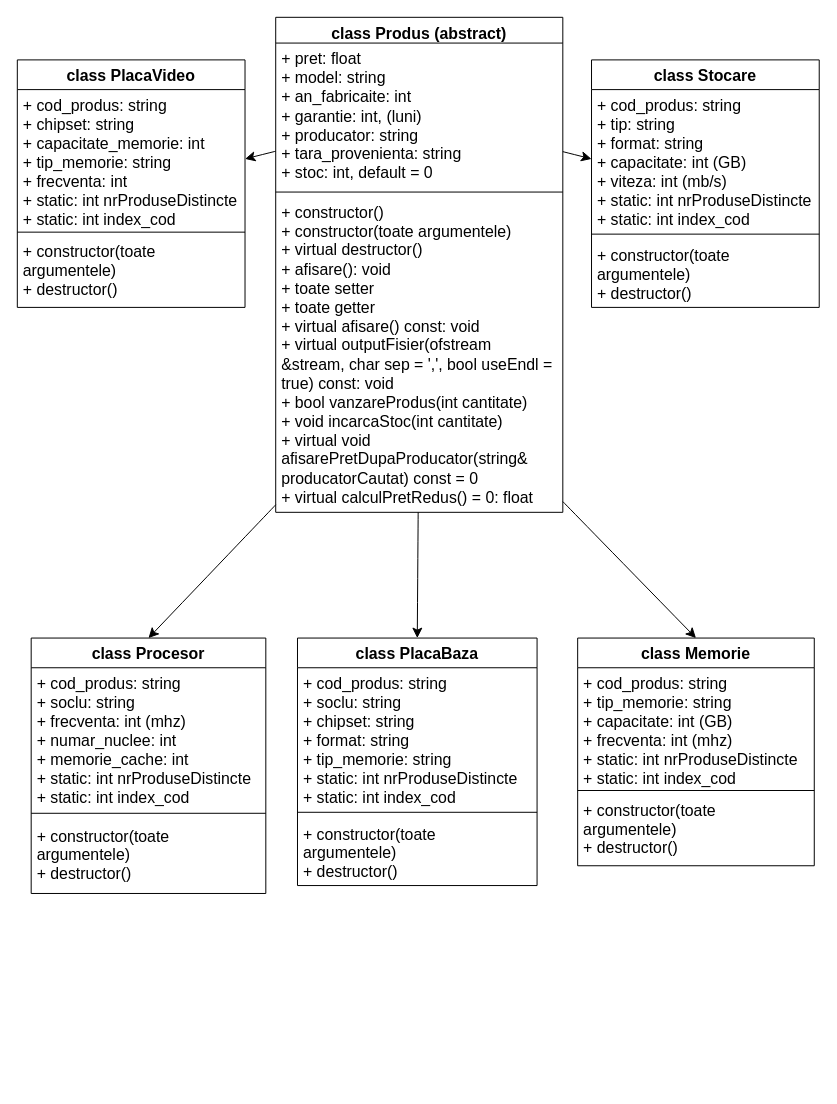
Above: diagrame/clase.drawio in and-eu/Proiect_POO (draw.io), before the change. Source tidied: cells renumbered, new cells numbered last; positions are measured from the earlier drawing's top-left corner, leaving out a move shared by most shapes. Both pictures are drawn from the tidied source at 99%, with x=0, y=0 at pixel (17, 17).
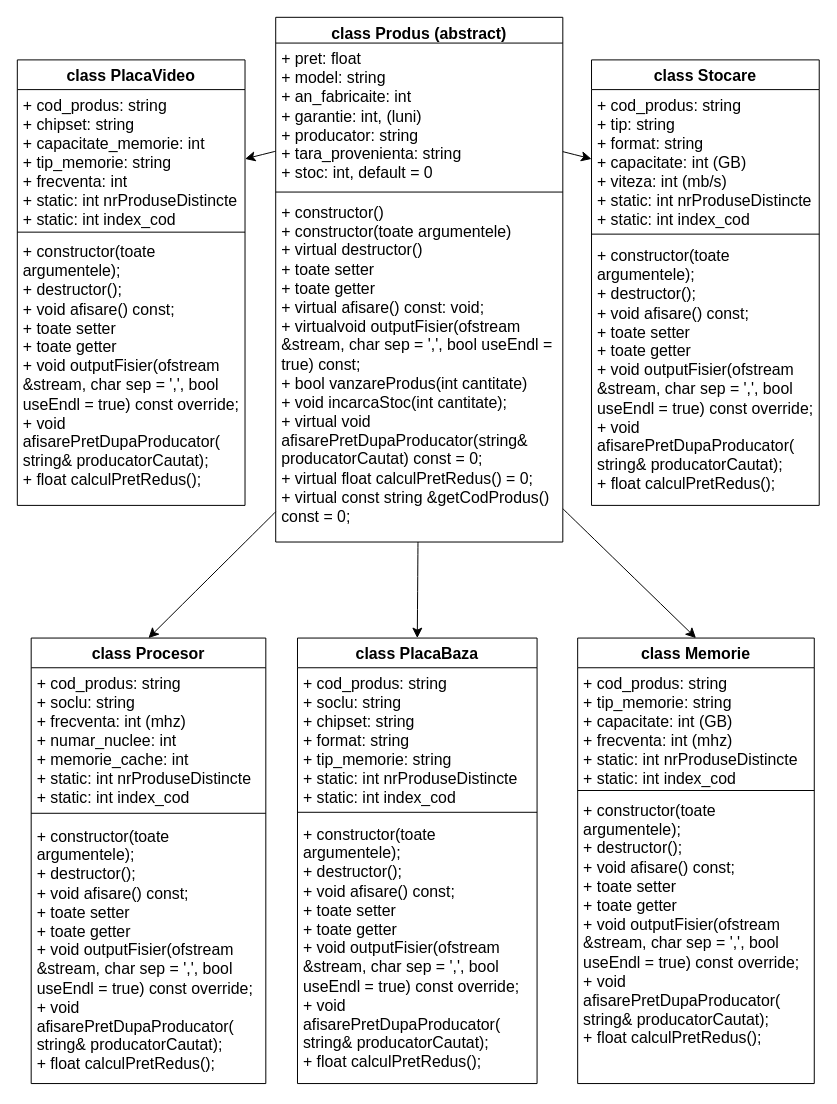
Above is the later version.

The edit, as a diff of the source:
```diff
@@
     <mxCell id="2" value="class Produs (abstract)" style="swimlane;fontStyle=1;align=center;verticalAlign=top;horizontal=1;startSize=26;whiteSpace=wrap;html=1;fontSize=16;" parent="1" vertex="1">
-      <mxGeometry x="261" width="290" height="500" as="geometry" />
+      <mxGeometry x="261" width="290" height="530" as="geometry" />
     </mxCell>
@@
-    <mxCell id="5" value="+ constructor()&lt;br&gt;+ constructor(toate argumentele)&lt;br&gt;+ virtual destructor()&lt;br&gt;+ afisare(): void&lt;br&gt;+ toate setter&lt;br&gt;+ toate getter&lt;br&gt;+&amp;nbsp;virtual afisare() const: void&amp;nbsp;&lt;br&gt;+&amp;nbsp;virtual outputFisier(ofstream &amp;amp;stream, char sep = ',', bool useEndl = true) const: void&amp;nbsp;&lt;br&gt;+ bool vanzareProdus(int cantitate)&lt;br&gt;+ void incarcaStoc(int cantitate)&lt;br&gt;+ virtual void afisarePretDupaProducator(string&amp;amp; producatorCautat) const = 0&lt;br&gt;+&amp;nbsp;virtual calculPretRedus() = 0: float&amp;nbsp;" style="text;strokeColor=none;fillColor=none;align=left;verticalAlign=top;spacingLeft=4;spacingRight=4;overflow=hidden;points=[[0,0.5],[1,0.5]];portConstraint=eastwest;whiteSpace=wrap;html=1;fontSize=16;" parent="2" vertex="1">
-      <mxGeometry y="181" width="290" height="319" as="geometry" />
+    <mxCell id="5" value="+ constructor()&lt;br&gt;+ constructor(toate argumentele)&lt;br&gt;+ virtual destructor()&lt;br&gt;+ toate setter&lt;br&gt;+ toate getter&lt;br&gt;+&amp;nbsp;virtual afisare() const: void;&lt;br&gt;+&amp;nbsp;virtualvoid&amp;nbsp;outputFisier(ofstream &amp;amp;stream, char sep = ',', bool useEndl = true) const;&lt;br&gt;+ bool vanzareProdus(int cantitate)&lt;br&gt;+ void incarcaStoc(int cantitate);&lt;br&gt;+ virtual void afisarePretDupaProducator(string&amp;amp; producatorCautat) const = 0;&lt;br&gt;+&amp;nbsp;virtual float&amp;nbsp;calculPretRedus() = 0;&lt;br&gt;+&amp;nbsp;virtual const string &amp;amp;getCodProdus() const = 0;" style="text;strokeColor=none;fillColor=none;align=left;verticalAlign=top;spacingLeft=4;spacingRight=4;overflow=hidden;points=[[0,0.5],[1,0.5]];portConstraint=eastwest;whiteSpace=wrap;html=1;fontSize=16;" parent="2" vertex="1">
+      <mxGeometry y="181" width="290" height="349" as="geometry" />
     </mxCell>
     <mxCell id="6" value="class Procesor" style="swimlane;fontStyle=1;align=center;verticalAlign=top;horizontal=1;startSize=30;whiteSpace=wrap;html=1;fontSize=16;" parent="1" vertex="1">
-      <mxGeometry x="14" y="627" width="237" height="258" as="geometry" />
+      <mxGeometry x="14" y="627" width="237" height="450" as="geometry" />
     </mxCell>
@@
-    <mxCell id="9" value="+ constructor(toate argumentele)&lt;br style=&quot;border-color: var(--border-color);&quot;&gt;+ destructor()" style="text;strokeColor=none;fillColor=none;align=left;verticalAlign=top;spacingLeft=4;spacingRight=4;overflow=hidden;whiteSpace=wrap;html=1;fontSize=16;" parent="6" vertex="1">
-      <mxGeometry y="184" width="237" height="74" as="geometry" />
+    <mxCell id="9" value="+ constructor(toate argumentele);&lt;br style=&quot;border-color: var(--border-color);&quot;&gt;+ destructor();&lt;br style=&quot;border-color: var(--border-color);&quot;&gt;+&amp;nbsp;void afisare() const;&lt;br style=&quot;border-color: var(--border-color);&quot;&gt;+ toate setter&lt;br style=&quot;border-color: var(--border-color);&quot;&gt;+ toate getter&lt;br style=&quot;border-color: var(--border-color);&quot;&gt;+&amp;nbsp;void outputFisier(ofstream &amp;amp;stream, char sep = ',', bool useEndl = true) const override;&lt;div style=&quot;border-color: var(--border-color);&quot;&gt;+&amp;nbsp;void afisarePretDupaProducator( string&amp;amp; producatorCautat);&lt;/div&gt;&lt;div style=&quot;border-color: var(--border-color);&quot;&gt;+&amp;nbsp;&lt;span style=&quot;border-color: var(--border-color); background-color: initial;&quot;&gt;float calculPretRedus();&lt;/span&gt;&lt;/div&gt;" style="text;strokeColor=none;fillColor=none;align=left;verticalAlign=top;spacingLeft=4;spacingRight=4;overflow=hidden;whiteSpace=wrap;html=1;fontSize=16;" parent="6" vertex="1">
+      <mxGeometry y="184" width="237" height="266" as="geometry" />
     </mxCell>
     <mxCell id="10" value="class PlacaBaza" style="swimlane;fontStyle=1;align=center;verticalAlign=top;horizontal=1;startSize=30;whiteSpace=wrap;html=1;fontSize=16;" parent="1" vertex="1">
-      <mxGeometry x="283" y="627" width="242" height="250" as="geometry" />
+      <mxGeometry x="283" y="627" width="242" height="450" as="geometry" />
     </mxCell>
@@
-    <mxCell id="13" value="+ constructor(toate argumentele)&lt;br style=&quot;border-color: var(--border-color);&quot;&gt;+ destructor()" style="text;strokeColor=none;fillColor=none;align=left;verticalAlign=top;spacingLeft=4;spacingRight=4;overflow=hidden;whiteSpace=wrap;html=1;fontSize=16;" parent="10" vertex="1">
-      <mxGeometry y="182" width="242" height="68" as="geometry" />
+    <mxCell id="13" value="+ constructor(toate argumentele);&lt;br style=&quot;border-color: var(--border-color);&quot;&gt;+ destructor();&lt;br style=&quot;border-color: var(--border-color);&quot;&gt;+&amp;nbsp;void afisare() const;&lt;br style=&quot;border-color: var(--border-color);&quot;&gt;+ toate setter&lt;br style=&quot;border-color: var(--border-color);&quot;&gt;+ toate getter&lt;br style=&quot;border-color: var(--border-color);&quot;&gt;+&amp;nbsp;void outputFisier(ofstream &amp;amp;stream, char sep = ',', bool useEndl = true) const override;&lt;div style=&quot;border-color: var(--border-color);&quot;&gt;+&amp;nbsp;void afisarePretDupaProducator( string&amp;amp; producatorCautat);&lt;/div&gt;&lt;div style=&quot;border-color: var(--border-color);&quot;&gt;+&amp;nbsp;&lt;span style=&quot;border-color: var(--border-color); background-color: initial;&quot;&gt;float calculPretRedus();&lt;/span&gt;&lt;/div&gt;" style="text;strokeColor=none;fillColor=none;align=left;verticalAlign=top;spacingLeft=4;spacingRight=4;overflow=hidden;whiteSpace=wrap;html=1;fontSize=16;" parent="10" vertex="1">
+      <mxGeometry y="182" width="242" height="268" as="geometry" />
     </mxCell>
     <mxCell id="14" value="class Memorie" style="swimlane;fontStyle=1;align=center;verticalAlign=top;horizontal=1;startSize=30;whiteSpace=wrap;html=1;fontSize=16;" parent="1" vertex="1">
-      <mxGeometry x="566" y="627" width="239" height="230" as="geometry" />
+      <mxGeometry x="566" y="627" width="239" height="450" as="geometry" />
     </mxCell>
@@
-    <mxCell id="17" value="+ constructor(toate argumentele)&lt;br style=&quot;border-color: var(--border-color);&quot;&gt;+ destructor()" style="text;strokeColor=none;fillColor=none;align=left;verticalAlign=top;spacingLeft=4;spacingRight=4;overflow=hidden;whiteSpace=wrap;html=1;fontSize=16;" parent="14" vertex="1">
-      <mxGeometry y="158" width="239" height="72" as="geometry" />
+    <mxCell id="17" value="+ constructor(toate argumentele);&lt;br style=&quot;border-color: var(--border-color);&quot;&gt;+ destructor();&lt;br style=&quot;border-color: var(--border-color);&quot;&gt;+&amp;nbsp;void afisare() const;&lt;br style=&quot;border-color: var(--border-color);&quot;&gt;+ toate setter&lt;br style=&quot;border-color: var(--border-color);&quot;&gt;+ toate getter&lt;br style=&quot;border-color: var(--border-color);&quot;&gt;+&amp;nbsp;void outputFisier(ofstream &amp;amp;stream, char sep = ',', bool useEndl = true) const override;&lt;div style=&quot;border-color: var(--border-color);&quot;&gt;+&amp;nbsp;void afisarePretDupaProducator( string&amp;amp; producatorCautat);&lt;/div&gt;&lt;div style=&quot;border-color: var(--border-color);&quot;&gt;+&amp;nbsp;&lt;span style=&quot;border-color: var(--border-color); background-color: initial;&quot;&gt;float calculPretRedus();&lt;/span&gt;&lt;/div&gt;" style="text;strokeColor=none;fillColor=none;align=left;verticalAlign=top;spacingLeft=4;spacingRight=4;overflow=hidden;whiteSpace=wrap;html=1;fontSize=16;" parent="14" vertex="1">
+      <mxGeometry y="158" width="239" height="292" as="geometry" />
     </mxCell>
     <mxCell id="18" value="class Stocare" style="swimlane;fontStyle=1;align=center;verticalAlign=top;horizontal=1;startSize=30;whiteSpace=wrap;html=1;fontSize=16;" parent="1" vertex="1">
-      <mxGeometry x="580" y="43" width="230" height="250" as="geometry" />
+      <mxGeometry x="580" y="43" width="230" height="450" as="geometry" />
     </mxCell>
@@
-    <mxCell id="21" value="+ constructor(toate argumentele)&lt;br style=&quot;border-color: var(--border-color);&quot;&gt;+ destructor()" style="text;strokeColor=none;fillColor=none;align=left;verticalAlign=top;spacingLeft=4;spacingRight=4;overflow=hidden;whiteSpace=wrap;html=1;fontSize=16;" parent="18" vertex="1">
-      <mxGeometry y="182" width="230" height="68" as="geometry" />
+    <mxCell id="21" value="+ constructor(toate argumentele);&lt;br style=&quot;border-color: var(--border-color);&quot;&gt;+ destructor();&lt;br style=&quot;border-color: var(--border-color);&quot;&gt;+&amp;nbsp;void afisare() const;&lt;br style=&quot;border-color: var(--border-color);&quot;&gt;+ toate setter&lt;br style=&quot;border-color: var(--border-color);&quot;&gt;+ toate getter&lt;br style=&quot;border-color: var(--border-color);&quot;&gt;+&amp;nbsp;void outputFisier(ofstream &amp;amp;stream, char sep = ',', bool useEndl = true) const override;&lt;div style=&quot;border-color: var(--border-color);&quot;&gt;+&amp;nbsp;void afisarePretDupaProducator( string&amp;amp; producatorCautat);&lt;/div&gt;&lt;div style=&quot;border-color: var(--border-color);&quot;&gt;+&amp;nbsp;&lt;span style=&quot;border-color: var(--border-color); background-color: initial;&quot;&gt;float calculPretRedus();&lt;/span&gt;&lt;/div&gt;" style="text;strokeColor=none;fillColor=none;align=left;verticalAlign=top;spacingLeft=4;spacingRight=4;overflow=hidden;whiteSpace=wrap;html=1;fontSize=16;" parent="18" vertex="1">
+      <mxGeometry y="182" width="230" height="268" as="geometry" />
     </mxCell>
     <mxCell id="22" value="class PlacaVideo" style="swimlane;fontStyle=1;align=center;verticalAlign=top;horizontal=1;startSize=30;whiteSpace=wrap;html=1;fontSize=16;" parent="1" vertex="1">
-      <mxGeometry y="43" width="230" height="250" as="geometry" />
+      <mxGeometry y="43" width="230" height="450" as="geometry" />
     </mxCell>
@@
-    <mxCell id="25" value="+ constructor(toate argumentele)&lt;br style=&quot;border-color: var(--border-color);&quot;&gt;+ destructor()" style="text;strokeColor=none;fillColor=none;align=left;verticalAlign=top;spacingLeft=4;spacingRight=4;overflow=hidden;whiteSpace=wrap;html=1;fontSize=16;" parent="22" vertex="1">
-      <mxGeometry y="178" width="230" height="72" as="geometry" />
+    <mxCell id="25" value="+ constructor(toate argumentele);&lt;br style=&quot;border-color: var(--border-color);&quot;&gt;+ destructor();&lt;br&gt;+&amp;nbsp;void afisare() const;&lt;br&gt;+ toate setter&lt;br style=&quot;border-color: var(--border-color);&quot;&gt;+ toate getter&lt;br&gt;+&amp;nbsp;void outputFisier(ofstream &amp;amp;stream, char sep = ',', bool useEndl = true) const override;&lt;div&gt;+&amp;nbsp;&lt;span style=&quot;background-color: initial;&quot;&gt;void afisarePretDupaProducator( string&amp;amp; producatorCautat);&lt;/span&gt;&lt;/div&gt;&lt;div&gt;+&amp;nbsp;&lt;span style=&quot;background-color: initial;&quot;&gt;float calculPretRedus();&lt;/span&gt;&lt;/div&gt;" style="text;strokeColor=none;fillColor=none;align=left;verticalAlign=top;spacingLeft=4;spacingRight=4;overflow=hidden;whiteSpace=wrap;html=1;fontSize=16;" parent="22" vertex="1">
+      <mxGeometry y="178" width="230" height="272" as="geometry" />
     </mxCell>
```
